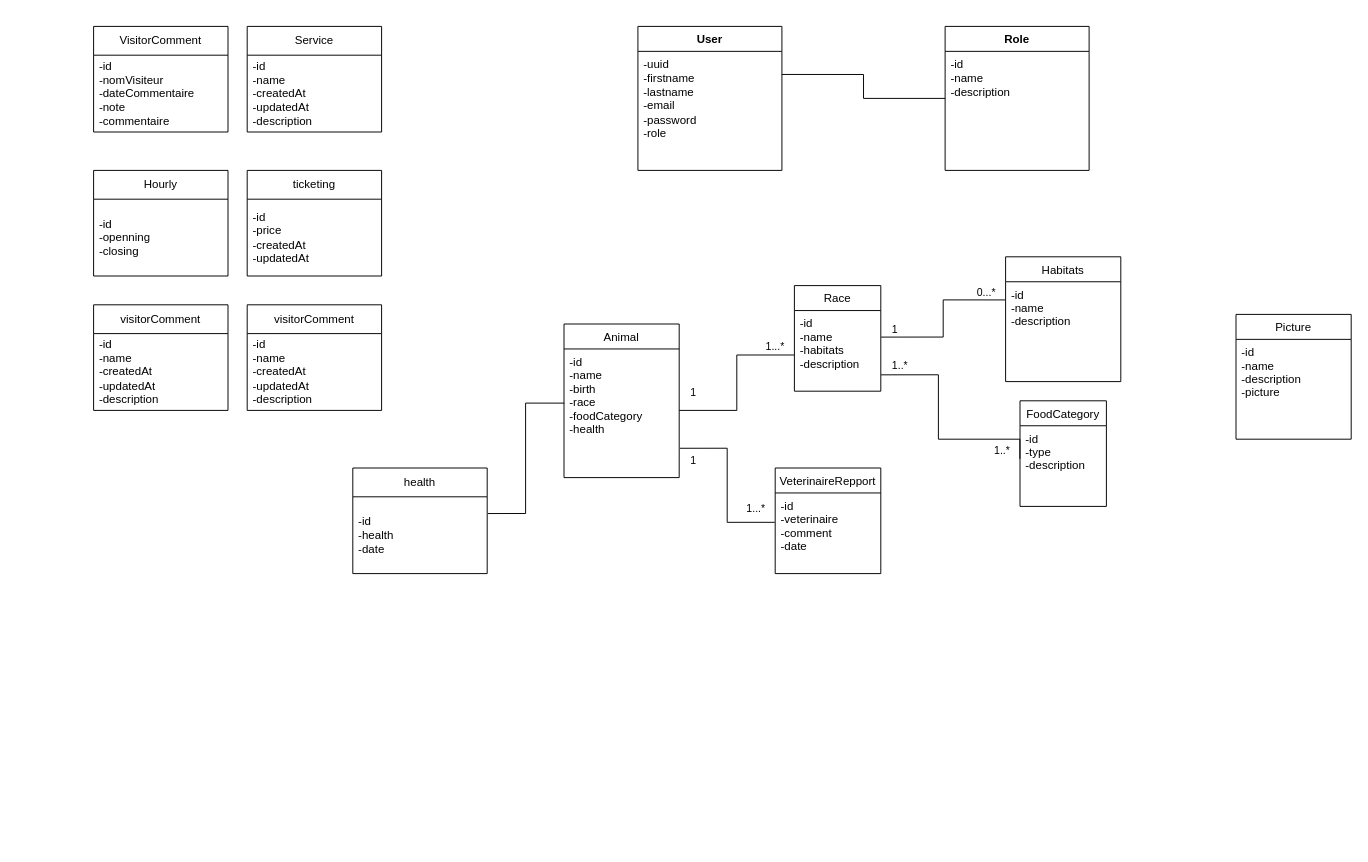
Above: ECF - Zoo Arcadia - Diagramme de Classe.drawio in Maxence9113/Zoo-Arcadia (draw.io), before the change. Source tidied: cells renumbered, new cells numbered last; positions are measured from the earlier drawing's top-left corner, leaving out a move shared by most shapes. Both pictures are drawn from the tidied source at 96%, with x=0, y=0 at pixel (93, 26).
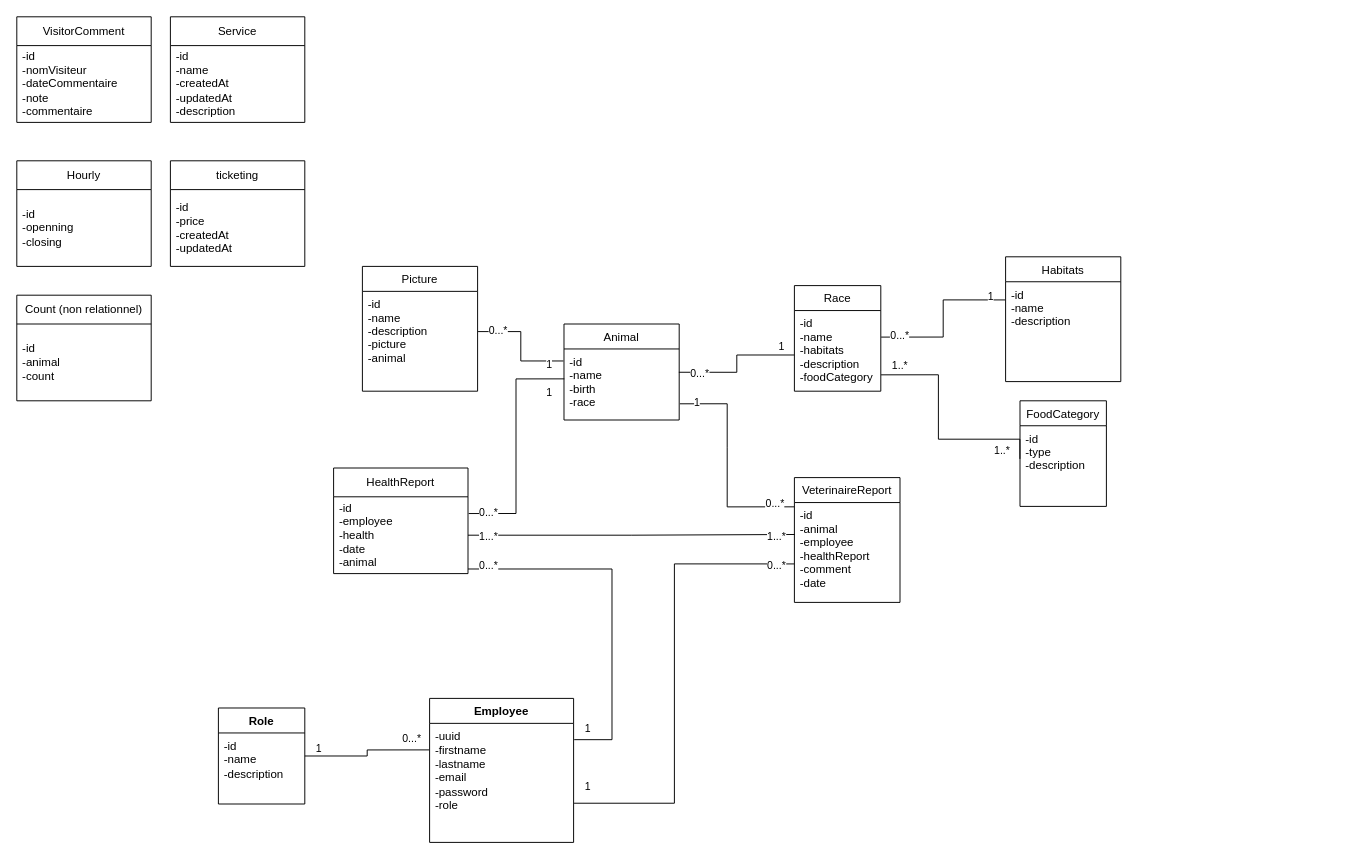
The same diagram, later.

Commit message:
Mettre à jour ECF - Zoo Arcadia - Diagramme de Classe.drawio

The change refers to these unchanged cells:
```xml
<mxCell id="4" value="Race" style="swimlane;fontStyle=0;align=center;verticalAlign=top;horizontal=1;startSize=26;rounded=0;shadow=0;strokeWidth=1;" parent="1" vertex="1">
  <mxGeometry x="730" y="270" width="90" height="110" as="geometry" />
</mxCell>
<mxCell id="9" value="FoodCategory" style="swimlane;fontStyle=0;align=center;verticalAlign=top;horizontal=1;startSize=26;rounded=0;shadow=0;strokeWidth=1;" parent="1" vertex="1">
  <mxGeometry x="965" y="390" width="90" height="110" as="geometry" />
</mxCell>
<mxCell id="16" style="endArrow=none;html=1;edgeStyle=orthogonalEdgeStyle;rounded=0;entryX=-0.003;entryY=0.182;entryDx=0;entryDy=0;entryPerimeter=0;exitX=1.004;exitY=0.329;exitDx=0;exitDy=0;exitPerimeter=0;" parent="1" edge="1" source="5" target="15">
  <mxGeometry relative="1" as="geometry" />
</mxCell>
<mxCell id="20" value="-uuid&lt;div&gt;-firstname&lt;/div&gt;&lt;div&gt;-lastname&lt;br&gt;&lt;div&gt;-email&lt;/div&gt;&lt;div&gt;-password&lt;/div&gt;&lt;div&gt;-role&lt;/div&gt;&lt;/div&gt;" style="text;strokeColor=none;fillColor=none;align=left;verticalAlign=top;spacingLeft=4;spacingRight=4;overflow=hidden;points=[[0,0.5],[1,0.5]];portConstraint=eastwest;whiteSpace=wrap;html=1;" parent="19" vertex="1">
  <mxGeometry y="26" width="150" height="124" as="geometry" />
</mxCell>
```

Change to the diagram source:
```diff
@@
     <mxCell id="2" value="Animal" style="swimlane;fontStyle=0;align=center;verticalAlign=top;horizontal=1;startSize=26;rounded=0;shadow=0;strokeWidth=1;" parent="1" vertex="1">
-      <mxGeometry x="490" y="310" width="120" height="160" as="geometry" />
+      <mxGeometry x="490" y="310" width="120" height="100" as="geometry" />
     </mxCell>
-    <mxCell id="3" value="-id&#10;-name&#10;-birth&#10;-race&#10;-foodCategory&#10;-health" style="text;align=left;verticalAlign=top;spacingLeft=4;spacingRight=4;overflow=hidden;points=[[0,0.5],[1,0.5]];portConstraint=eastwest;" parent="2" vertex="1">
-      <mxGeometry y="26" width="120" height="134" as="geometry" />
+    <mxCell id="3" value="-id&#10;-name&#10;-birth&#10;-race" style="text;align=left;verticalAlign=top;spacingLeft=4;spacingRight=4;overflow=hidden;points=[[0,0.5],[1,0.5]];portConstraint=eastwest;" parent="2" vertex="1">
+      <mxGeometry y="26" width="120" height="74" as="geometry" />
     </mxCell>
@@
-    <mxCell id="5" value="-id&#10;-name&#10;-habitats&#10;-description" style="text;align=left;verticalAlign=top;spacingLeft=4;spacingRight=4;overflow=hidden;points=[[0,0.5],[1,0.5]];portConstraint=eastwest;" parent="4" vertex="1">
+    <mxCell id="5" value="-id&#10;-name&#10;-habitats&#10;-description&#10;-foodCategory" style="text;align=left;verticalAlign=top;spacingLeft=4;spacingRight=4;overflow=hidden;points=[[0,0.5],[1,0.5]];portConstraint=eastwest;" parent="4" vertex="1">
       <mxGeometry y="26" width="90" height="84" as="geometry" />
     </mxCell>
-    <mxCell id="6" style="endArrow=none;html=1;edgeStyle=orthogonalEdgeStyle;rounded=0;entryX=-0.002;entryY=0.551;entryDx=0;entryDy=0;entryPerimeter=0;strokeColor=default;curved=0;" parent="1" edge="1" target="5">
+    <mxCell id="6" style="endArrow=none;html=1;edgeStyle=orthogonalEdgeStyle;rounded=0;entryX=-0.002;entryY=0.551;entryDx=0;entryDy=0;entryPerimeter=0;strokeColor=default;curved=0;exitX=0.997;exitY=0.328;exitDx=0;exitDy=0;exitPerimeter=0;" parent="1" edge="1" source="3" target="5">
       <mxGeometry relative="1" as="geometry">
-        <mxPoint x="610" y="400" as="sourcePoint" />
         <Array as="points">
-          <mxPoint x="610" y="400" />
-          <mxPoint x="670" y="400" />
+          <mxPoint x="670" y="360" />
           <mxPoint x="670" y="342" />
         </Array>
       </mxGeometry>
     </mxCell>
-    <mxCell id="7" value="1" style="edgeLabel;html=1;align=left;verticalAlign=bottom;" parent="6" vertex="1">
+    <mxCell id="7" value="0...*" style="edgeLabel;html=1;align=left;verticalAlign=bottom;" parent="6" vertex="1">
       <mxGeometry x="-1" relative="1" as="geometry">
-        <mxPoint x="10" y="-10" as="offset" />
+        <mxPoint x="10" y="10" as="offset" />
       </mxGeometry>
     </mxCell>
-    <mxCell id="8" value="1...*" style="edgeLabel;html=1;align=right;verticalAlign=bottom;" parent="6" vertex="1">
+    <mxCell id="8" value="1" style="edgeLabel;html=1;align=right;verticalAlign=bottom;" parent="6" vertex="1">
       <mxGeometry x="1" relative="1" as="geometry">
         <mxPoint x="-10" as="offset" />
       </mxGeometry>
     </mxCell>
@@
-    <mxCell id="10" value="-id&#10;-type&#10;-description&#10;" style="text;align=left;verticalAlign=top;spacingLeft=4;spacingRight=4;overflow=hidden;points=[[0,0.5],[1,0.5]];portConstraint=eastwest;" parent="9" vertex="1">
+    <mxCell id="10" value="-id&#10;-type&#10;-description" style="text;align=left;verticalAlign=top;spacingLeft=4;spacingRight=4;overflow=hidden;points=[[0,0.5],[1,0.5]];portConstraint=eastwest;" parent="9" vertex="1">
       <mxGeometry y="26" width="90" height="84" as="geometry" />
     </mxCell>
@@
     <mxCell id="17" value="1" style="edgeLabel;html=1;align=left;verticalAlign=bottom;" parent="16" vertex="1">
       <mxGeometry x="-1" relative="1" as="geometry">
-        <mxPoint x="10" as="offset" />
+        <mxPoint x="110" y="-34" as="offset" />
       </mxGeometry>
     </mxCell>
     <mxCell id="18" value="0...*" style="edgeLabel;html=1;align=right;verticalAlign=bottom;" parent="16" vertex="1">
       <mxGeometry x="1" relative="1" as="geometry">
-        <mxPoint x="-10" as="offset" />
+        <mxPoint x="-100" y="45" as="offset" />
       </mxGeometry>
     </mxCell>
-    <mxCell id="19" value="User" style="swimlane;fontStyle=1;align=center;verticalAlign=top;horizontal=1;startSize=26;whiteSpace=wrap;html=1;" parent="1" vertex="1">
-      <mxGeometry x="567" width="150" height="150" as="geometry" />
+    <mxCell id="19" value="Employee" style="swimlane;fontStyle=1;align=center;verticalAlign=top;horizontal=1;startSize=26;whiteSpace=wrap;html=1;" parent="1" vertex="1">
+      <mxGeometry x="350" y="700" width="150" height="150" as="geometry" />
     </mxCell>
@@
     <mxCell id="21" value="Service" style="swimlane;fontStyle=0;horizontal=1;startSize=30;whiteSpace=wrap;html=1;" parent="1" vertex="1">
-      <mxGeometry x="160" width="140" height="110" as="geometry" />
+      <mxGeometry x="80" y="-10" width="140" height="110" as="geometry" />
     </mxCell>
@@
     <mxCell id="23" value="Picture" style="swimlane;fontStyle=0;align=center;verticalAlign=top;horizontal=1;startSize=26;rounded=0;shadow=0;strokeWidth=1;" parent="1" vertex="1">
-      <mxGeometry x="1190" y="300" width="120" height="130" as="geometry" />
+      <mxGeometry x="280" y="250" width="120" height="130" as="geometry" />
     </mxCell>
-    <mxCell id="24" value="-id&#10;-name&#10;-description&#10;-picture" style="text;align=left;verticalAlign=top;spacingLeft=4;spacingRight=4;overflow=hidden;points=[[0,0.5],[1,0.5]];portConstraint=eastwest;" parent="23" vertex="1">
+    <mxCell id="24" value="-id&#10;-name&#10;-description&#10;-picture&#10;-animal" style="text;align=left;verticalAlign=top;spacingLeft=4;spacingRight=4;overflow=hidden;points=[[0,0.5],[1,0.5]];portConstraint=eastwest;" parent="23" vertex="1">
       <mxGeometry y="26" width="120" height="104" as="geometry" />
     </mxCell>
     <mxCell id="25" value="Role" style="swimlane;fontStyle=1;align=center;verticalAlign=top;horizontal=1;startSize=26;whiteSpace=wrap;html=1;" parent="1" vertex="1">
-      <mxGeometry x="887" width="150" height="150" as="geometry" />
+      <mxGeometry x="130" y="710" width="90" height="100" as="geometry" />
     </mxCell>
     <mxCell id="26" value="-id&lt;div&gt;-name&lt;/div&gt;&lt;div&gt;-description&lt;/div&gt;" style="text;strokeColor=none;fillColor=none;align=left;verticalAlign=top;spacingLeft=4;spacingRight=4;overflow=hidden;whiteSpace=wrap;html=1;" parent="25" vertex="1">
-      <mxGeometry y="26" width="150" height="124" as="geometry" />
+      <mxGeometry y="26" width="90" height="74" as="geometry" />
     </mxCell>
-    <mxCell id="27" style="edgeStyle=orthogonalEdgeStyle;rounded=0;jettySize=auto;html=1;entryX=1;entryY=0.194;entryDx=0;entryDy=0;entryPerimeter=0;strokeColor=default;endArrow=none;endFill=0;" parent="1" edge="1" source="25" target="20">
+    <mxCell id="27" style="edgeStyle=orthogonalEdgeStyle;rounded=0;jettySize=auto;html=1;entryX=-0.004;entryY=0.223;entryDx=0;entryDy=0;entryPerimeter=0;strokeColor=default;endArrow=none;endFill=0;" parent="1" edge="1" source="25" target="20">
       <mxGeometry relative="1" as="geometry" />
     </mxCell>
-    <mxCell id="28" value="visitorComment" style="swimlane;fontStyle=0;horizontal=1;startSize=30;whiteSpace=wrap;html=1;" parent="1" vertex="1">
-      <mxGeometry y="290" width="140" height="110" as="geometry" />
+    <mxCell id="28" value="Count (non relationnel)" style="swimlane;fontStyle=0;horizontal=1;startSize=30;whiteSpace=wrap;html=1;" parent="1" vertex="1">
+      <mxGeometry x="-80" y="280" width="140" height="110" as="geometry" />
     </mxCell>
-    <mxCell id="29" value="-id&lt;div&gt;-name&lt;/div&gt;&lt;div&gt;-createdAt&lt;/div&gt;&lt;div&gt;-updatedAt&lt;/div&gt;&lt;div&gt;-description&lt;/div&gt;" style="text;strokeColor=none;fillColor=none;align=left;verticalAlign=middle;spacingLeft=4;spacingRight=4;overflow=hidden;whiteSpace=wrap;html=1;" parent="28" vertex="1">
+    <mxCell id="29" value="-id&lt;div&gt;-animal&lt;/div&gt;&lt;div&gt;-count&lt;/div&gt;" style="text;strokeColor=none;fillColor=none;align=left;verticalAlign=middle;spacingLeft=4;spacingRight=4;overflow=hidden;whiteSpace=wrap;html=1;" parent="28" vertex="1">
       <mxGeometry y="30" width="140" height="80" as="geometry" />
     </mxCell>
     <mxCell id="30" value="ticketing" style="swimlane;fontStyle=0;horizontal=1;startSize=30;whiteSpace=wrap;html=1;" parent="1" vertex="1">
-      <mxGeometry x="160" y="150" width="140" height="110" as="geometry" />
+      <mxGeometry x="80" y="140" width="140" height="110" as="geometry" />
     </mxCell>
@@
     <mxCell id="32" value="Hourly" style="swimlane;fontStyle=0;horizontal=1;startSize=30;whiteSpace=wrap;html=1;" parent="1" vertex="1">
-      <mxGeometry y="150" width="140" height="110" as="geometry" />
+      <mxGeometry x="-80" y="140" width="140" height="110" as="geometry" />
     </mxCell>
@@
     <mxCell id="34" value="VisitorComment" style="swimlane;fontStyle=0;horizontal=1;startSize=30;whiteSpace=wrap;html=1;" parent="1" vertex="1">
-      <mxGeometry width="140" height="110" as="geometry" />
+      <mxGeometry x="-80" y="-10" width="140" height="110" as="geometry" />
     </mxCell>
@@
-    <mxCell id="36" value="visitorComment" style="swimlane;fontStyle=0;horizontal=1;startSize=30;whiteSpace=wrap;html=1;" parent="1" vertex="1">
-      <mxGeometry x="160" y="290" width="140" height="110" as="geometry" />
-    </mxCell>
-    <mxCell id="37" value="-id&lt;div&gt;-name&lt;/div&gt;&lt;div&gt;-createdAt&lt;/div&gt;&lt;div&gt;-updatedAt&lt;/div&gt;&lt;div&gt;-description&lt;/div&gt;" style="text;strokeColor=none;fillColor=none;align=left;verticalAlign=middle;spacingLeft=4;spacingRight=4;overflow=hidden;whiteSpace=wrap;html=1;" parent="36" vertex="1">
-      <mxGeometry y="30" width="140" height="80" as="geometry" />
-    </mxCell>
-    <mxCell id="38" value="health" style="swimlane;fontStyle=0;horizontal=1;startSize=30;whiteSpace=wrap;html=1;" parent="1" vertex="1">
-      <mxGeometry x="270" y="460" width="140" height="110" as="geometry" />
+    <mxCell id="38" value="HealthReport" style="swimlane;fontStyle=0;horizontal=1;startSize=30;whiteSpace=wrap;html=1;" parent="1" vertex="1">
+      <mxGeometry x="250" y="460" width="140" height="110" as="geometry" />
     </mxCell>
-    <mxCell id="39" value="-id&lt;div&gt;-health&lt;/div&gt;&lt;div&gt;-date&lt;/div&gt;" style="text;strokeColor=none;fillColor=none;align=left;verticalAlign=middle;spacingLeft=4;spacingRight=4;overflow=hidden;points=[[0,0.5],[1,0.5]];portConstraint=eastwest;whiteSpace=wrap;html=1;" parent="38" vertex="1">
+    <mxCell id="39" value="-id&lt;div&gt;-employee&lt;br&gt;&lt;div&gt;-health&lt;/div&gt;&lt;div&gt;-date&lt;/div&gt;&lt;/div&gt;&lt;div&gt;-animal&lt;/div&gt;" style="text;strokeColor=none;fillColor=none;align=left;verticalAlign=middle;spacingLeft=4;spacingRight=4;overflow=hidden;points=[[0,0.5],[1,0.5]];portConstraint=eastwest;whiteSpace=wrap;html=1;" parent="38" vertex="1">
       <mxGeometry y="30" width="140" height="80" as="geometry" />
     </mxCell>
@@
-    <mxCell id="41" value="VeterinaireRepport" style="swimlane;fontStyle=0;align=center;verticalAlign=top;horizontal=1;startSize=26;rounded=0;shadow=0;strokeWidth=1;" parent="1" vertex="1">
-      <mxGeometry x="710" y="460" width="110" height="110" as="geometry" />
+    <mxCell id="41" value="VeterinaireReport" style="swimlane;fontStyle=0;align=center;verticalAlign=top;horizontal=1;startSize=26;rounded=0;shadow=0;strokeWidth=1;" parent="1" vertex="1">
+      <mxGeometry x="730" y="470" width="110" height="130" as="geometry" />
     </mxCell>
-    <mxCell id="42" value="-id&#10;-veterinaire&#10;-comment&#10;-date" style="text;align=left;verticalAlign=top;spacingLeft=4;spacingRight=4;overflow=hidden;points=[[0,0.5],[1,0.5]];portConstraint=eastwest;" parent="41" vertex="1">
+    <mxCell id="42" value="-id&#10;-animal&#10;-employee&#10;-healthReport&#10;-comment&#10;-date" style="text;align=left;verticalAlign=top;spacingLeft=4;spacingRight=4;overflow=hidden;points=[[0,0.5],[1,0.5]];portConstraint=eastwest;" parent="41" vertex="1">
       <mxGeometry y="26" width="110" height="84" as="geometry" />
     </mxCell>
-    <mxCell id="43" style="endArrow=none;html=1;rounded=0;exitX=1.006;exitY=0.772;exitDx=0;exitDy=0;exitPerimeter=0;entryX=-0.004;entryY=0.364;entryDx=0;entryDy=0;entryPerimeter=0;edgeStyle=orthogonalEdgeStyle;" parent="1" edge="1" source="3" target="42">
-      <mxGeometry relative="1" as="geometry" />
+    <mxCell id="43" style="endArrow=none;html=1;rounded=0;exitX=1.006;exitY=0.772;exitDx=0;exitDy=0;exitPerimeter=0;edgeStyle=orthogonalEdgeStyle;entryX=-0.001;entryY=0.053;entryDx=0;entryDy=0;entryPerimeter=0;" parent="1" edge="1" source="3" target="42">
+      <mxGeometry relative="1" as="geometry">
+        <Array as="points">
+          <mxPoint x="660" y="439" />
+          <mxPoint x="660" y="500" />
+          <mxPoint x="710" y="500" />
+        </Array>
+      </mxGeometry>
     </mxCell>
-    <mxCell id="44" value="1...*" style="edgeLabel;html=1;align=right;verticalAlign=bottom;" parent="1" vertex="1">
-      <mxGeometry x="700" y="510" as="geometry" />
+    <mxCell id="44" value="0...*" style="edgeLabel;html=1;align=right;verticalAlign=bottom;" parent="1" vertex="1">
+      <mxGeometry x="720" y="505" as="geometry" />
     </mxCell>
     <mxCell id="45" value="1" style="edgeLabel;html=1;align=left;verticalAlign=bottom;" parent="1" vertex="1">
-      <mxGeometry x="620" y="460" as="geometry" />
+      <mxGeometry x="624" y="400" as="geometry" />
     </mxCell>
+    <mxCell id="46" value="0...*" style="edgeLabel;html=1;align=left;verticalAlign=bottom;" parent="1" vertex="1">
+      <mxGeometry x="320" y="750" as="geometry" />
+    </mxCell>
+    <mxCell id="47" value="1" style="edgeLabel;html=1;align=left;verticalAlign=bottom;" parent="1" vertex="1">
+      <mxGeometry x="230" y="760" as="geometry" />
+    </mxCell>
+    <mxCell id="48" style="endArrow=none;html=1;rounded=0;edgeStyle=orthogonalEdgeStyle;exitX=1.004;exitY=0.137;exitDx=0;exitDy=0;exitPerimeter=0;entryX=1;entryY=0.94;entryDx=0;entryDy=0;entryPerimeter=0;" parent="1" edge="1" source="20" target="39">
+      <mxGeometry relative="1" as="geometry">
+        <Array as="points">
+          <mxPoint x="540" y="743" />
+          <mxPoint x="540" y="565" />
+        </Array>
+      </mxGeometry>
+    </mxCell>
+    <mxCell id="49" style="endArrow=none;html=1;rounded=0;exitX=1.003;exitY=0.671;exitDx=0;exitDy=0;exitPerimeter=0;edgeStyle=orthogonalEdgeStyle;entryX=-0.001;entryY=0.761;entryDx=0;entryDy=0;entryPerimeter=0;" parent="1" edge="1" source="20" target="42">
+      <mxGeometry relative="1" as="geometry">
+        <Array as="points">
+          <mxPoint x="605" y="809" />
+          <mxPoint x="605" y="560" />
+        </Array>
+      </mxGeometry>
+    </mxCell>
+    <mxCell id="50" value="0...*" style="edgeLabel;html=1;align=left;verticalAlign=bottom;" parent="1" vertex="1">
+      <mxGeometry x="400" y="570" as="geometry" />
+    </mxCell>
+    <mxCell id="51" value="1" style="edgeLabel;html=1;align=left;verticalAlign=bottom;" parent="1" vertex="1">
+      <mxGeometry x="510" y="740" as="geometry" />
+    </mxCell>
+    <mxCell id="52" value="1" style="edgeLabel;html=1;align=left;verticalAlign=bottom;" parent="1" vertex="1">
+      <mxGeometry x="510" y="800" as="geometry" />
+    </mxCell>
+    <mxCell id="53" value="0...*" style="edgeLabel;html=1;align=left;verticalAlign=bottom;" parent="1" vertex="1">
+      <mxGeometry x="700" y="570" as="geometry" />
+    </mxCell>
+    <mxCell id="54" value="0...*" style="edgeLabel;html=1;align=left;verticalAlign=bottom;" parent="1" vertex="1">
+      <mxGeometry x="400" y="515" as="geometry" />
+    </mxCell>
+    <mxCell id="55" value="1" style="edgeLabel;html=1;align=left;verticalAlign=bottom;" parent="1" vertex="1">
+      <mxGeometry x="470" y="390" as="geometry" />
+    </mxCell>
+    <mxCell id="56" style="endArrow=none;html=1;rounded=0;exitX=1;exitY=0.5;exitDx=0;exitDy=0;entryX=0.003;entryY=0.396;entryDx=0;entryDy=0;entryPerimeter=0;edgeStyle=orthogonalEdgeStyle;" parent="1" edge="1" source="39" target="42">
+      <mxGeometry relative="1" as="geometry" />
+    </mxCell>
+    <mxCell id="57" value="1...*" style="edgeLabel;html=1;align=left;verticalAlign=bottom;" parent="1" vertex="1">
+      <mxGeometry x="400" y="540" as="geometry" />
+    </mxCell>
+    <mxCell id="58" value="1...*" style="edgeLabel;html=1;align=left;verticalAlign=bottom;" parent="1" vertex="1">
+      <mxGeometry x="700" y="540" as="geometry" />
+    </mxCell>
+    <mxCell id="59" style="endArrow=none;html=1;rounded=0;exitX=1.004;exitY=0.403;exitDx=0;exitDy=0;exitPerimeter=0;entryX=-0.005;entryY=0.169;entryDx=0;entryDy=0;entryPerimeter=0;edgeStyle=orthogonalEdgeStyle;" parent="1" edge="1" source="24" target="3">
+      <mxGeometry relative="1" as="geometry" />
+    </mxCell>
+    <mxCell id="60" value="0...*" style="edgeLabel;html=1;align=left;verticalAlign=bottom;" parent="1" vertex="1">
+      <mxGeometry x="410" y="325" as="geometry" />
+    </mxCell>
+    <mxCell id="61" value="1" style="edgeLabel;html=1;align=left;verticalAlign=bottom;" parent="1" vertex="1">
+      <mxGeometry x="470" y="360" as="geometry" />
+    </mxCell>
```
